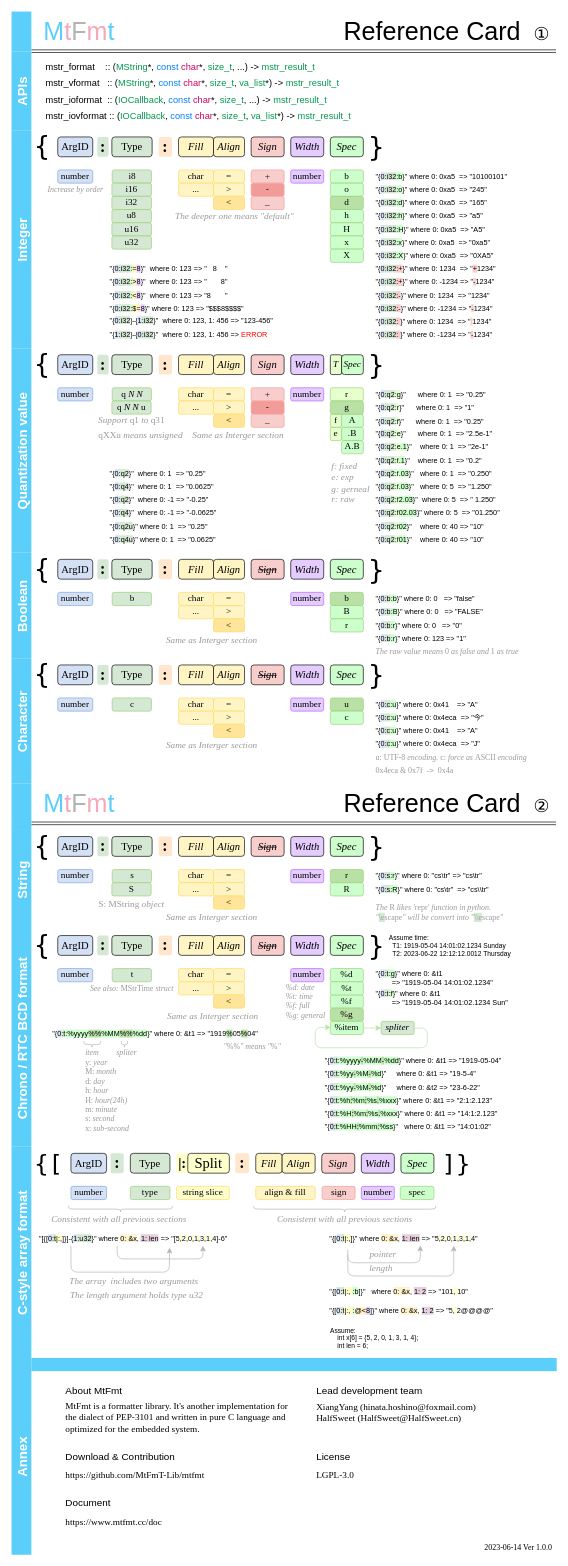
Before: refcard.drawio in MtFmT-Lib/mtfmt, a draw.io diagram. Source tidied: cells renumbered, new cells numbered last; positions are measured from the earlier drawing's top-left corner, leaving out a move shared by most shapes. Both pictures are drawn from the tidied source at 66%, with x=0, y=0 at pixel (11, 11).
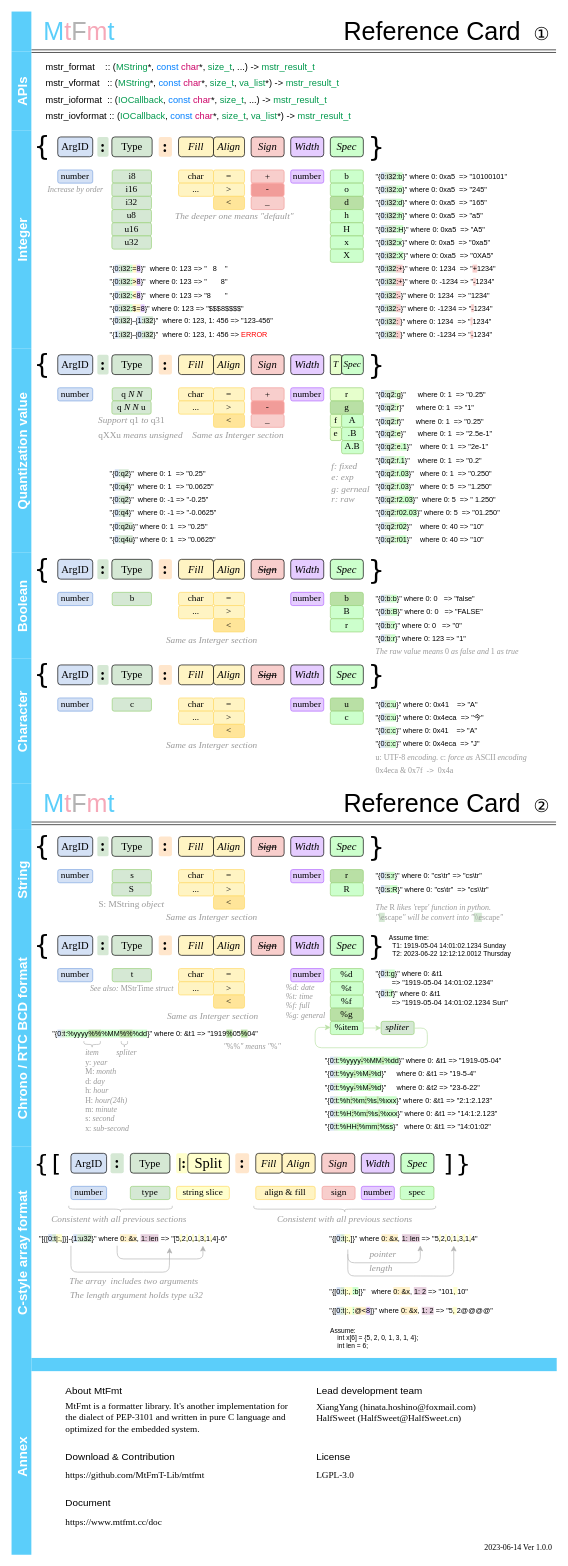
Above is the later version.

Commit message:
fix: ascii fmt spec

The change refers to these unchanged cells:
```xml
<mxCell id="197" value="Character" style="swimlane;horizontal=0;labelBackgroundColor=none;fontFamily=Yu Gothic UI Semibold;fontSize=20;fontColor=#FFFFFF;strokeColor=none;fillColor=#5BCEFA;swimlaneFillColor=none;startSize=30;" parent="1" vertex="1">
  <mxGeometry y="980" width="820" height="190" as="geometry" />
</mxCell>
```

The edit, as a diff of the source:
```diff
@@
-    <mxCell id="222" value="&quot;{&lt;span style=&quot;background-color: rgb(212, 225, 245); font-size: 11px;&quot;&gt;0&lt;/span&gt;&lt;span style=&quot;background-color: rgb(213, 232, 212); font-size: 11px;&quot;&gt;:c&lt;/span&gt;&lt;span style=&quot;background-color: rgb(204, 255, 204); font-size: 11px;&quot;&gt;:u&lt;/span&gt;}&quot; where 0: 0x41&amp;nbsp; &amp;nbsp; =&amp;gt; &quot;A&quot;&amp;nbsp;" style="text;html=1;strokeColor=none;fillColor=none;align=left;verticalAlign=middle;whiteSpace=wrap;rounded=0;labelBackgroundColor=none;fontFamily=Cascadia Code;fontSize=11;fontColor=#000000;" parent="197" vertex="1">
+    <mxCell id="222" value="&quot;{&lt;span style=&quot;background-color: rgb(212, 225, 245); font-size: 11px;&quot;&gt;0&lt;/span&gt;&lt;span style=&quot;background-color: rgb(213, 232, 212); font-size: 11px;&quot;&gt;:c&lt;/span&gt;&lt;span style=&quot;background-color: rgb(204, 255, 204); font-size: 11px;&quot;&gt;:c&lt;/span&gt;}&quot; where 0: 0x41&amp;nbsp; &amp;nbsp; =&amp;gt; &quot;A&quot;&amp;nbsp;" style="text;html=1;strokeColor=none;fillColor=none;align=left;verticalAlign=middle;whiteSpace=wrap;rounded=0;labelBackgroundColor=none;fontFamily=Cascadia Code;fontSize=11;fontColor=#000000;" parent="197" vertex="1">
       <mxGeometry x="550" y="100" width="270" height="20" as="geometry" />
     </mxCell>
-    <mxCell id="223" value="&quot;{&lt;span style=&quot;background-color: rgb(212, 225, 245); font-size: 11px;&quot;&gt;0&lt;/span&gt;&lt;span style=&quot;background-color: rgb(213, 232, 212); font-size: 11px;&quot;&gt;:c&lt;/span&gt;&lt;span style=&quot;background-color: rgb(204, 255, 204); font-size: 11px;&quot;&gt;:u&lt;/span&gt;}&quot; where 0: 0x4eca&amp;nbsp; =&amp;gt; &quot;J&quot;" style="text;html=1;strokeColor=none;fillColor=none;align=left;verticalAlign=middle;whiteSpace=wrap;rounded=0;labelBackgroundColor=none;fontFamily=Cascadia Code;fontSize=11;fontColor=#000000;" parent="197" vertex="1">
+    <mxCell id="223" value="&quot;{&lt;span style=&quot;background-color: rgb(212, 225, 245); font-size: 11px;&quot;&gt;0&lt;/span&gt;&lt;span style=&quot;background-color: rgb(213, 232, 212); font-size: 11px;&quot;&gt;:c&lt;/span&gt;&lt;span style=&quot;background-color: rgb(204, 255, 204); font-size: 11px;&quot;&gt;:c&lt;/span&gt;}&quot; where 0: 0x4eca&amp;nbsp; =&amp;gt; &quot;J&quot;" style="text;html=1;strokeColor=none;fillColor=none;align=left;verticalAlign=middle;whiteSpace=wrap;rounded=0;labelBackgroundColor=none;fontFamily=Cascadia Code;fontSize=11;fontColor=#000000;" parent="197" vertex="1">
       <mxGeometry x="550" y="120" width="270" height="20" as="geometry" />
     </mxCell>
```
